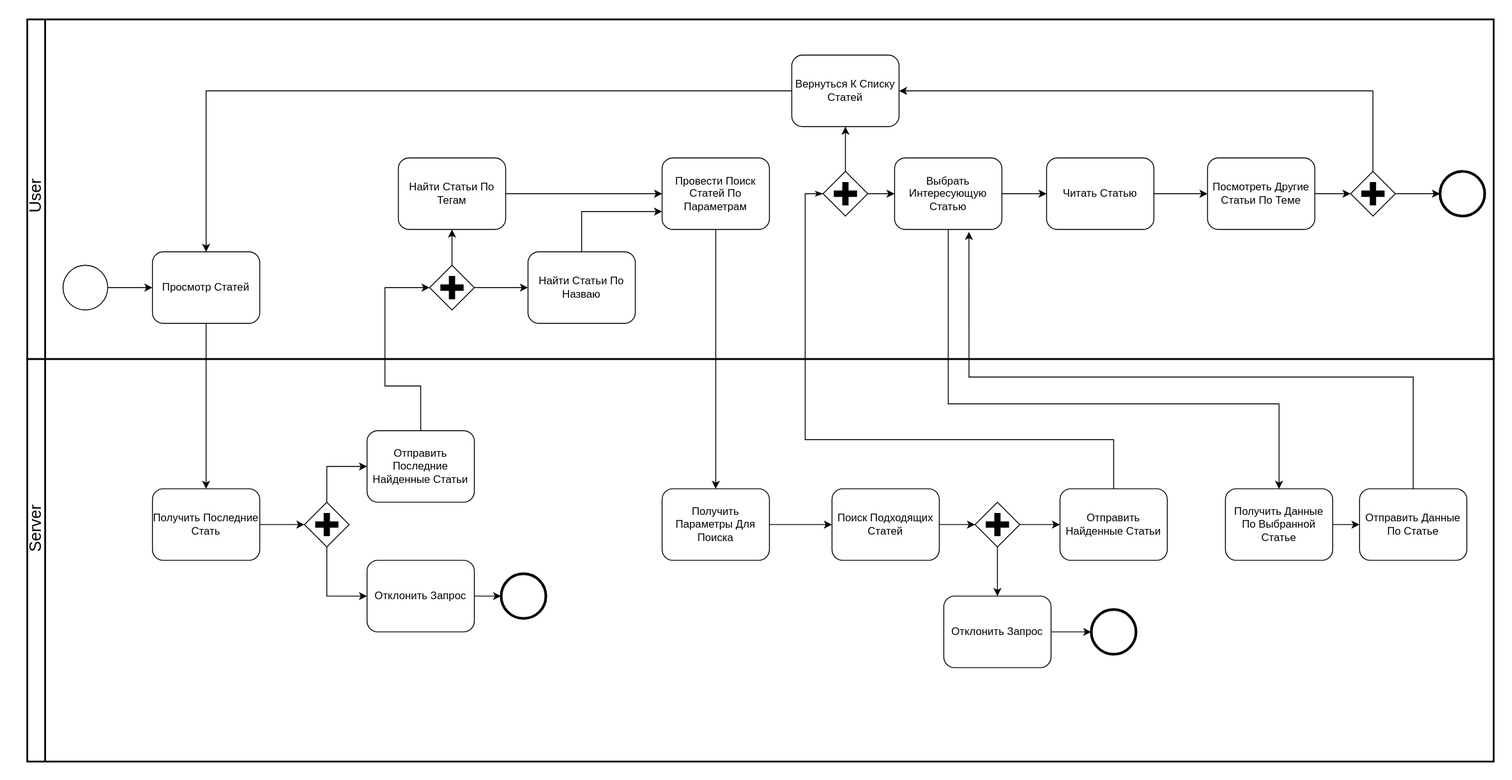
Earlier version of the draw.io export Диаграммы/BPMN.svg (0hJonny/Diplom_60701_). Source tidied: cells renumbered, new cells last; positions are measured from the earlier drawing's top-left corner, leaving out a move shared by most shapes.
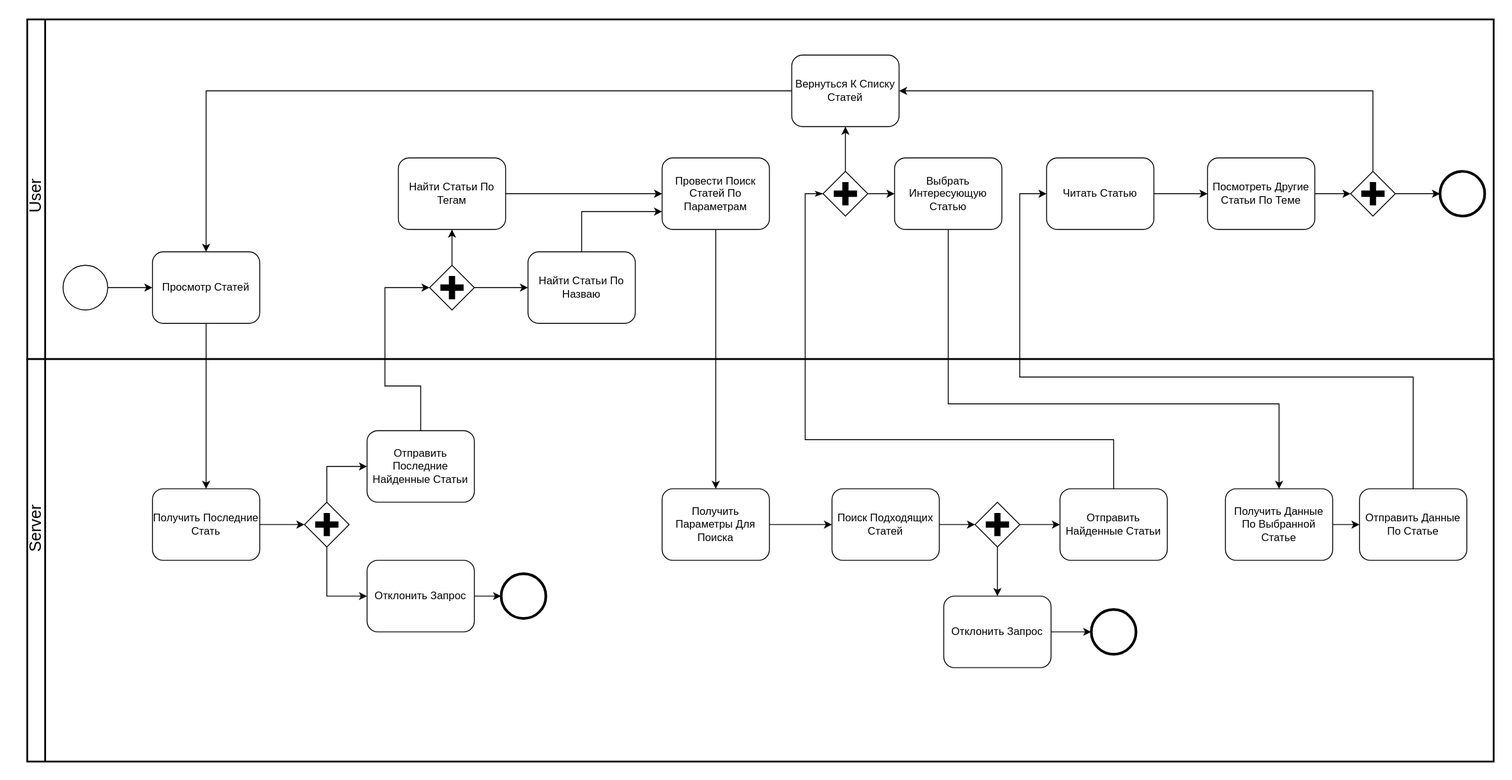
The same diagram one commit later.

The edit, as a diff of the source:
```diff
@@ -50,9 +50,6 @@
     <mxCell id="17" style="points=[[0.25,0.25,0],[0.5,0,0],[0.75,0.25,0],[1,0.5,0],[0.75,0.75,0],[0.5,1,0],[0.25,0.75,0],[0,0.5,0]];shape=mxgraph.bpmn.gateway2;html=1;verticalLabelPosition=bottom;labelBackgroundColor=#ffffff;verticalAlign=top;align=center;perimeter=rhombusPerimeter;outlineConnect=0;outline=none;symbol=none;gwType=parallel;" parent="3" vertex="1">
       <mxGeometry x="890" y="170" width="50" height="50" as="geometry" />
     </mxCell>
-    <mxCell id="18" style="edgeStyle=orthogonalEdgeStyle;rounded=0;jettySize=auto;html=1;entryX=0;entryY=0.5;entryDx=0;entryDy=0;" parent="3" edge="1" source="19" target="12">
-      <mxGeometry relative="1" as="geometry" />
-    </mxCell>
     <mxCell id="19" value="Выбрать Интересующую Статью" style="shape=ext;rounded=1;html=1;whiteSpace=wrap;" parent="3" vertex="1">
       <mxGeometry x="970" y="155" width="120" height="80" as="geometry" />
     </mxCell>
@@ -200,11 +197,12 @@
         </Array>
       </mxGeometry>
     </mxCell>
-    <mxCell id="61" style="edgeStyle=orthogonalEdgeStyle;rounded=0;jettySize=auto;html=1;entryX=0.693;entryY=1.033;entryDx=0;entryDy=0;entryPerimeter=0;endArrow=classic;endFill=1;" parent="2" edge="1" source="55" target="19">
+    <mxCell id="61" style="edgeStyle=orthogonalEdgeStyle;rounded=0;jettySize=auto;html=1;entryX=0;entryY=0.5;entryDx=0;entryDy=0;endArrow=classic;endFill=1;" parent="2" edge="1" source="55" target="12">
       <mxGeometry relative="1" as="geometry">
         <Array as="points">
           <mxPoint x="1550" y="120" />
-          <mxPoint x="1053" y="120" />
+          <mxPoint x="1110" y="120" />
+          <mxPoint x="1110" y="-85" />
         </Array>
       </mxGeometry>
     </mxCell>
```
